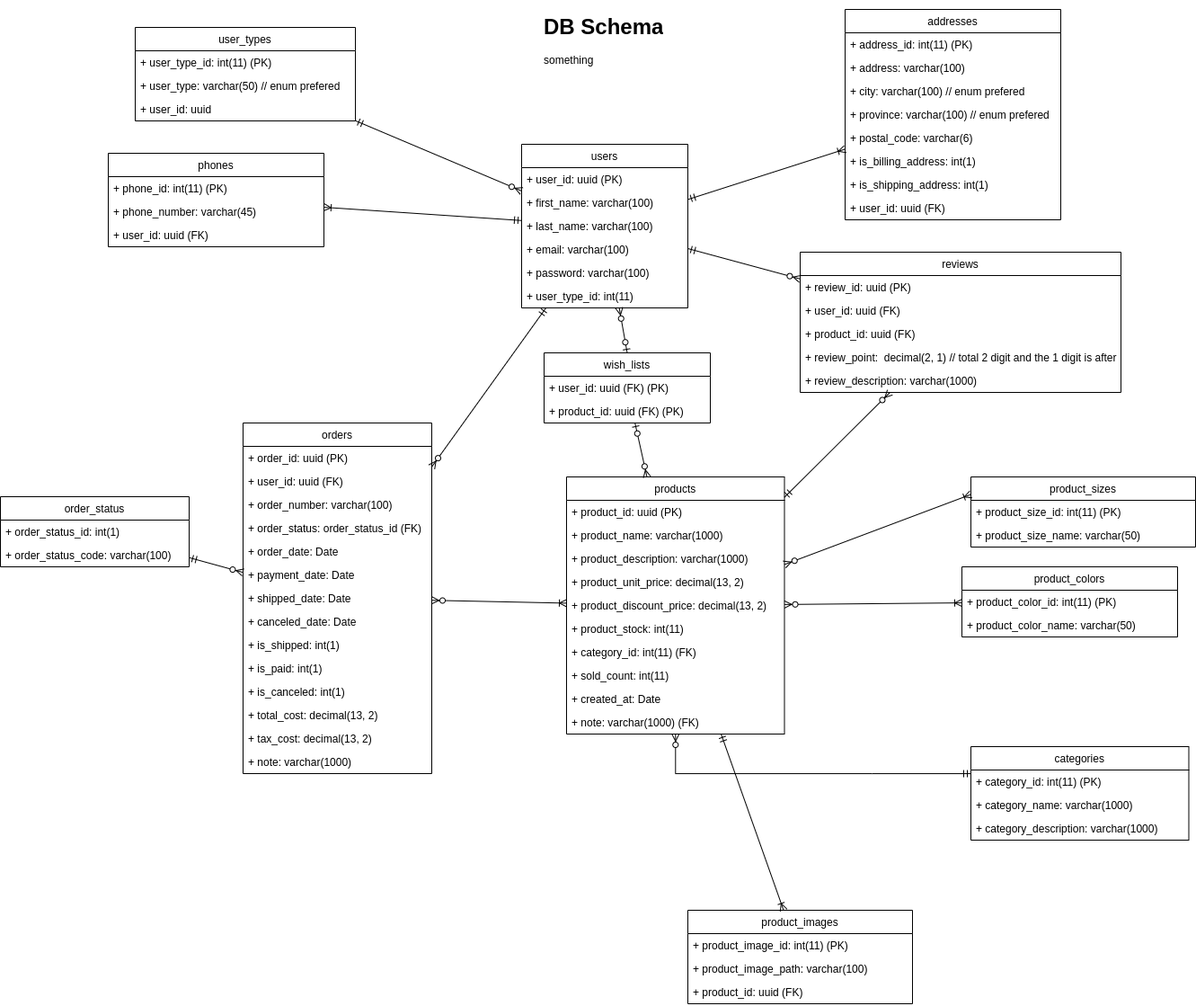
This is db-design.png from stsiwo/e-commerce-starter-kits, a draw.io export, as it was before one commit. Source tidied: cells renumbered, new cells last; positions are measured from the earlier drawing's top-left corner, leaving out a move shared by most shapes.
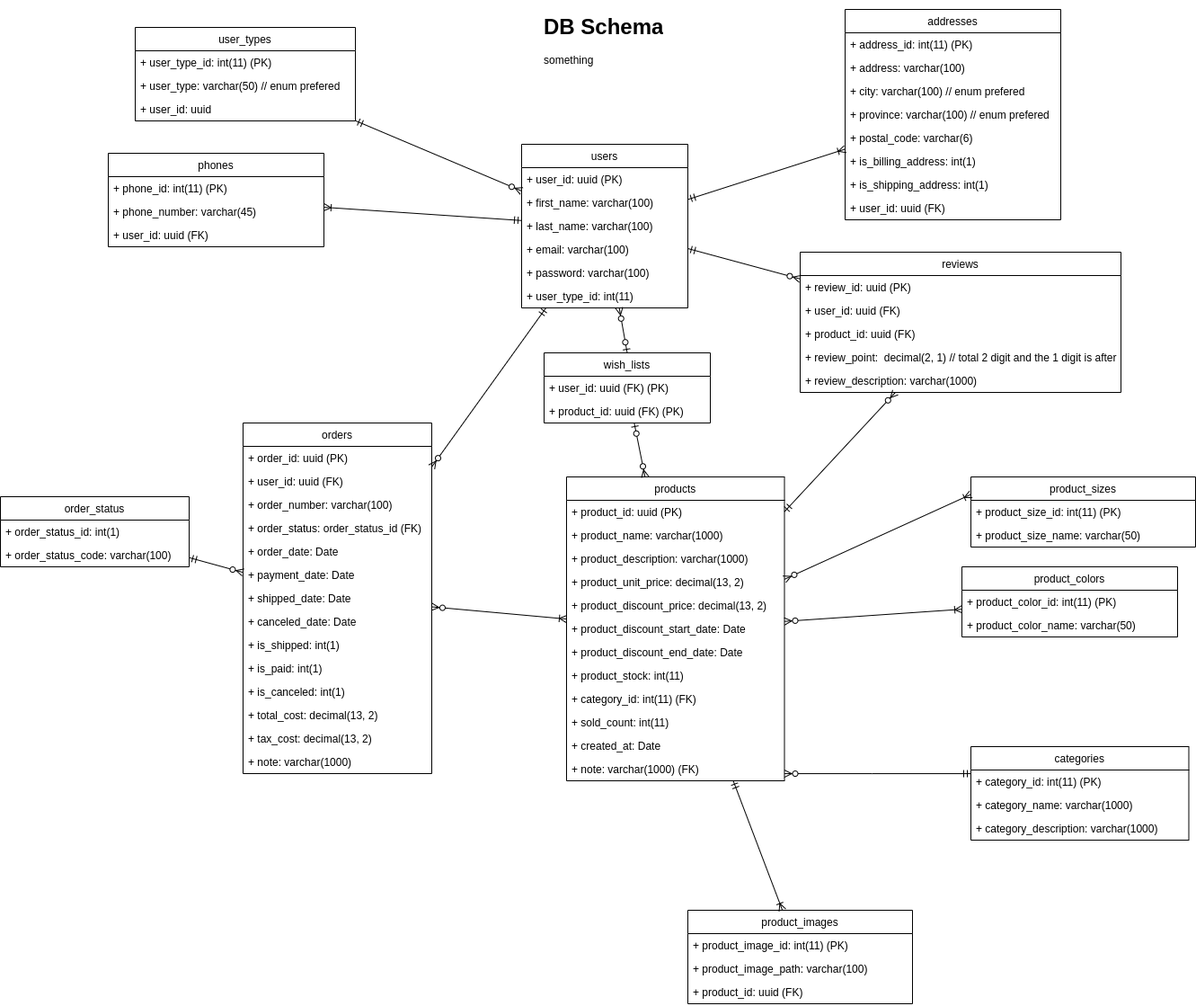
The same diagram one commit later.

What changed in the source:
```diff
@@ -119,7 +119,7 @@
       <mxGeometry relative="1" as="geometry" />
     </mxCell>
     <mxCell id="39" value="products" style="swimlane;fontStyle=0;horizontal=1;startSize=26;fillColor=none;" parent="1" vertex="1">
-      <mxGeometry x="630" y="520" width="242.5" height="286" as="geometry" />
+      <mxGeometry x="630" y="520" width="242.5" height="338" as="geometry" />
     </mxCell>
     <mxCell id="40" value="+ product_id: uuid (PK)" style="text;strokeColor=none;fillColor=none;align=left;verticalAlign=top;spacingLeft=4;spacingRight=4;overflow=hidden;" parent="39" vertex="1">
       <mxGeometry y="26" width="242.5" height="26" as="geometry" />
@@ -136,20 +136,26 @@
     <mxCell id="44" value="+ product_discount_price: decimal(13, 2)" style="text;strokeColor=none;fillColor=none;align=left;verticalAlign=top;spacingLeft=4;spacingRight=4;overflow=hidden;" parent="39" vertex="1">
       <mxGeometry y="130" width="242.5" height="26" as="geometry" />
     </mxCell>
+    <mxCell id="93" value="+ product_discount_start_date: Date " style="text;strokeColor=none;fillColor=none;align=left;verticalAlign=top;spacingLeft=4;spacingRight=4;overflow=hidden;" parent="39" vertex="1">
+      <mxGeometry y="156" width="242.5" height="26" as="geometry" />
+    </mxCell>
+    <mxCell id="94" value="+ product_discount_end_date: Date " style="text;strokeColor=none;fillColor=none;align=left;verticalAlign=top;spacingLeft=4;spacingRight=4;overflow=hidden;" parent="39" vertex="1">
+      <mxGeometry y="182" width="242.5" height="26" as="geometry" />
+    </mxCell>
     <mxCell id="45" value="+ product_stock: int(11) " style="text;strokeColor=none;fillColor=none;align=left;verticalAlign=top;spacingLeft=4;spacingRight=4;overflow=hidden;" parent="39" vertex="1">
-      <mxGeometry y="156" width="242.5" height="26" as="geometry" />
+      <mxGeometry y="208" width="242.5" height="26" as="geometry" />
     </mxCell>
     <mxCell id="46" value="+ category_id: int(11) (FK)" style="text;strokeColor=none;fillColor=none;align=left;verticalAlign=top;spacingLeft=4;spacingRight=4;overflow=hidden;" parent="39" vertex="1">
-      <mxGeometry y="182" width="242.5" height="26" as="geometry" />
+      <mxGeometry y="234" width="242.5" height="26" as="geometry" />
     </mxCell>
     <mxCell id="47" value="+ sold_count: int(11)" style="text;strokeColor=none;fillColor=none;align=left;verticalAlign=top;spacingLeft=4;spacingRight=4;overflow=hidden;" parent="39" vertex="1">
-      <mxGeometry y="208" width="242.5" height="26" as="geometry" />
+      <mxGeometry y="260" width="242.5" height="26" as="geometry" />
     </mxCell>
     <mxCell id="48" value="+ created_at: Date" style="text;strokeColor=none;fillColor=none;align=left;verticalAlign=top;spacingLeft=4;spacingRight=4;overflow=hidden;" parent="39" vertex="1">
-      <mxGeometry y="234" width="242.5" height="26" as="geometry" />
+      <mxGeometry y="286" width="242.5" height="26" as="geometry" />
     </mxCell>
     <mxCell id="49" value="+ note: varchar(1000) (FK)" style="text;strokeColor=none;fillColor=none;align=left;verticalAlign=top;spacingLeft=4;spacingRight=4;overflow=hidden;" parent="39" vertex="1">
-      <mxGeometry y="260" width="242.5" height="26" as="geometry" />
+      <mxGeometry y="312" width="242.5" height="26" as="geometry" />
     </mxCell>
     <mxCell id="50" style="edgeStyle=none;rounded=0;jettySize=auto;html=1;startArrow=ERzeroToMany;startFill=1;endArrow=ERoneToMany;endFill=0;" parent="1" edge="1" source="51" target="39">
       <mxGeometry relative="1" as="geometry" />
```
